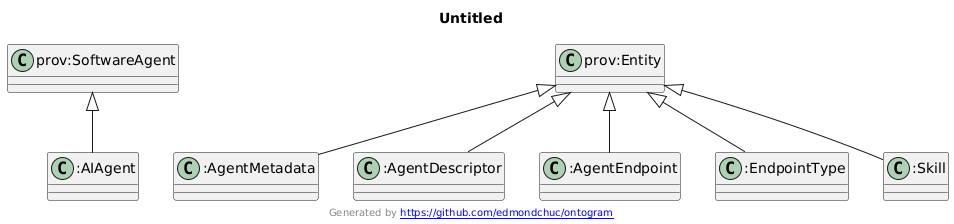
The PlantUML diagram docs/ontology/images/sections/core-metadata.png in Agentic-Trust-Layer/agent-explorer, before a commit.
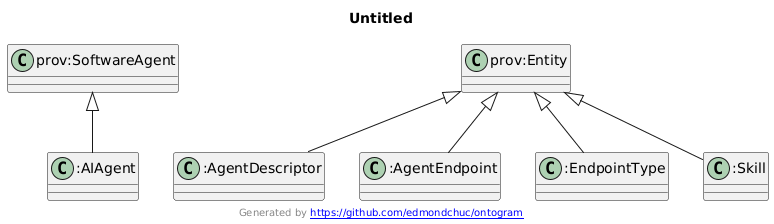
After the change.

Change to the diagram source:
```diff
@@ -1,7 +1,6 @@
 @startuml
 title Untitled
 "prov:SoftwareAgent" <|-- ":AIAgent"
-"prov:Entity" <|-- ":AgentMetadata"
 "prov:Entity" <|-- ":AgentDescriptor"
 "prov:Entity" <|-- ":AgentEndpoint"
 "prov:Entity" <|-- ":EndpointType"
@@ -11,8 +10,6 @@
 Class "prov:Entity" [[http://www.w3.org/ns/prov#Entity]] {
 }
 Class ":AIAgent" [[https://www.agentictrust.io/ontology/agentictrust#AIAgent]] {
-}
-Class ":AgentMetadata" [[https://www.agentictrust.io/ontology/agentictrust#AgentMetadata]] {
 }
 Class ":AgentDescriptor" [[https://www.agentictrust.io/ontology/agentictrust#AgentDescriptor]] {
 }
```
